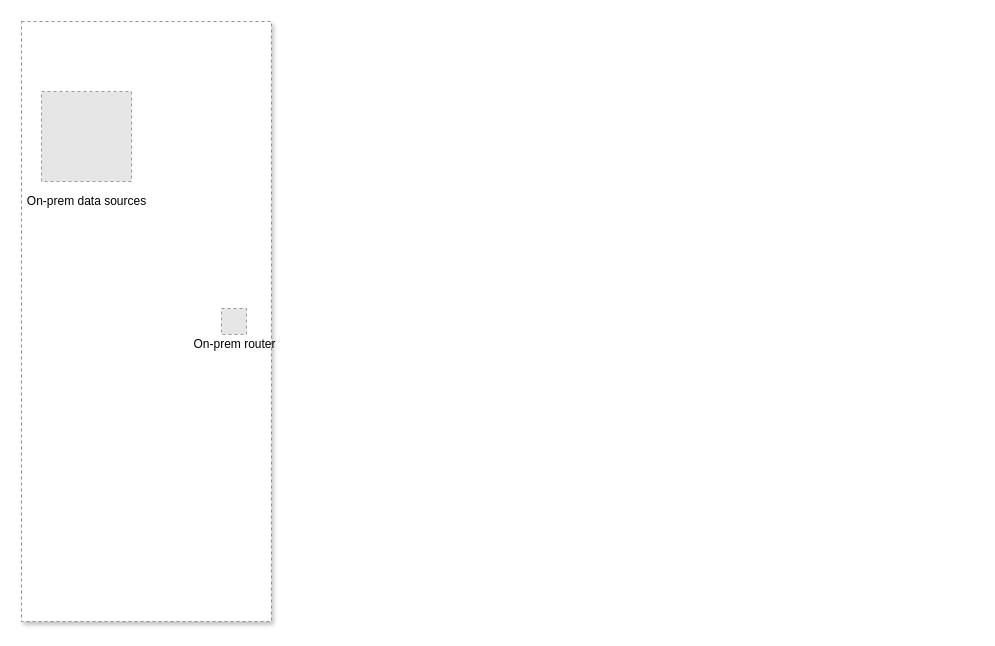
This is managedvnetdns.drawio from anildwarepo/draw.io-artifacts, a draw.io file, before an edit. Source tidied: cells renumbered, new cells numbered last; positions are measured from the earlier drawing's top-left corner, leaving out a move shared by most shapes. Both pictures are drawn from the tidied source at 100%, with x=0, y=0 at pixel (21, 21). Pictures stored in the file or linked from it are replaced by grey dashed boxes.
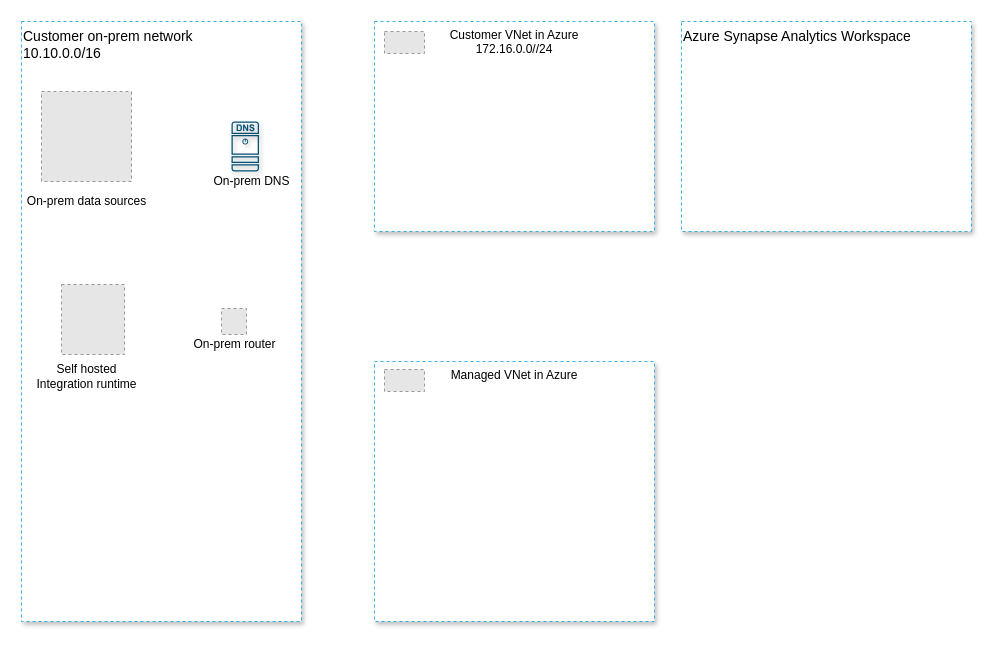
The same diagram, later.

Change to the diagram source:
```diff
@@
 <mxGraphModel background="#ffffff">
   <root>
     <mxCell id="0" />
     <mxCell id="1" parent="0" />
-    <mxCell id="2" style="rounded=0;whiteSpace=wrap;html=1;dashed=1;strokeColor=#38AFE3;glass=0;sketch=0;shadow=1;" parent="1" vertex="1">
-      <mxGeometry width="250" height="600" as="geometry" />
+    <mxCell id="2" value="Customer on-prem network&lt;br&gt;10.10.0.0/16" style="rounded=0;whiteSpace=wrap;html=1;dashed=1;strokeColor=#38AFE3;glass=0;sketch=0;shadow=1;align=left;verticalAlign=top;fontSize=14;" parent="1" vertex="1">
+      <mxGeometry width="280" height="600" as="geometry" />
     </mxCell>
     <mxCell id="3" style="fillColor=#E6E6E6;strokeColor=#999999;dashed=1;verticalLabelPosition=bottom;labelBackgroundColor=#ffffff;verticalAlign=top;" parent="1" vertex="1">
       <mxGeometry x="20" y="70" width="90" height="90" as="geometry" />
     </mxCell>
     <mxCell id="4" style="fillColor=#E6E6E6;strokeColor=#999999;dashed=1;verticalLabelPosition=bottom;labelBackgroundColor=#ffffff;verticalAlign=top;" parent="1" vertex="1">
       <mxGeometry x="200" y="287" width="25" height="26" as="geometry" />
     </mxCell>
     <mxCell id="5" value="On-prem data sources" style="text;html=1;align=center;verticalAlign=middle;fillColor=none;strokeColor=none;rounded=0;shadow=1;glass=0;dashed=1;sketch=0;" parent="1" vertex="1">
       <mxGeometry y="170" width="130" height="20" as="geometry" />
     </mxCell>
     <mxCell id="6" value="On-prem router" style="text;html=1;align=center;verticalAlign=middle;fillColor=none;strokeColor=none;rounded=0;shadow=1;glass=0;dashed=1;sketch=0;" parent="1" vertex="1">
       <mxGeometry x="162.5" y="313" width="100" height="20" as="geometry" />
     </mxCell>
+    <mxCell id="7" style="sketch=0;verticalLabelPosition=bottom;html=1;verticalAlign=top;align=center;shape=mxgraph.cisco19.dns_server;fillColor=#005073;strokeColor=none;shadow=1;glass=0;dashed=1;" parent="1" vertex="1">
+      <mxGeometry x="210" y="100" width="27.5" height="50" as="geometry" />
+    </mxCell>
+    <mxCell id="8" value="On-prem DNS" style="text;html=1;align=center;verticalAlign=middle;fillColor=none;strokeColor=none;rounded=0;shadow=1;glass=0;dashed=1;sketch=0;" parent="1" vertex="1">
+      <mxGeometry x="185" y="150" width="90" height="20" as="geometry" />
+    </mxCell>
+    <mxCell id="9" style="fillColor=#E6E6E6;strokeColor=#999999;dashed=1;verticalLabelPosition=bottom;labelBackgroundColor=#ffffff;verticalAlign=top;" parent="1" vertex="1">
+      <mxGeometry x="40" y="263" width="63" height="70" as="geometry" />
+    </mxCell>
+    <mxCell id="10" value="Self hosted&lt;br&gt;Integration runtime" style="text;html=1;align=center;verticalAlign=middle;fillColor=none;strokeColor=none;rounded=0;shadow=1;glass=0;dashed=1;sketch=0;" parent="1" vertex="1">
+      <mxGeometry x="5" y="340" width="120" height="30" as="geometry" />
+    </mxCell>
+    <mxCell id="11" value="Customer VNet in Azure&lt;br&gt;172.16.0.0//24" style="rounded=0;whiteSpace=wrap;html=1;dashed=1;strokeColor=#38AFE3;glass=0;sketch=0;shadow=1;verticalAlign=top;align=center;" parent="1" vertex="1">
+      <mxGeometry x="353" width="280" height="210" as="geometry" />
+    </mxCell>
+    <mxCell id="12" style="fillColor=#E6E6E6;strokeColor=#999999;dashed=1;verticalLabelPosition=bottom;labelBackgroundColor=#ffffff;verticalAlign=top;fontSize=14;" parent="1" vertex="1">
+      <mxGeometry x="363" y="10" width="40" height="22" as="geometry" />
+    </mxCell>
+    <mxCell id="13" value="Managed VNet in Azure" style="rounded=0;whiteSpace=wrap;html=1;dashed=1;strokeColor=#38AFE3;glass=0;sketch=0;shadow=1;verticalAlign=top;align=center;" parent="1" vertex="1">
+      <mxGeometry x="353" y="340" width="280" height="260" as="geometry" />
+    </mxCell>
+    <mxCell id="14" style="fillColor=#E6E6E6;strokeColor=#999999;dashed=1;verticalLabelPosition=bottom;labelBackgroundColor=#ffffff;verticalAlign=top;fontSize=14;" parent="1" vertex="1">
+      <mxGeometry x="363" y="348" width="40" height="22" as="geometry" />
+    </mxCell>
+    <mxCell id="15" value="Azure Synapse Analytics Workspace" style="whiteSpace=wrap;html=1;shadow=1;glass=0;dashed=1;sketch=0;fontSize=14;strokeColor=#38AFE3;align=left;verticalAlign=top;" parent="1" vertex="1">
+      <mxGeometry x="660" width="290" height="210" as="geometry" />
+    </mxCell>
   </root>
 </mxGraphModel>
```
